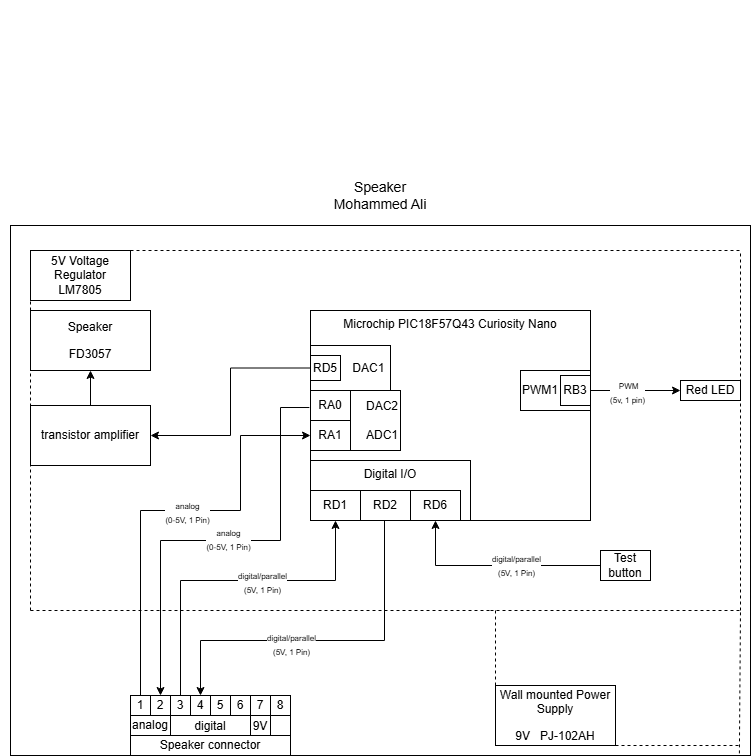
Before: docs/01-Block-Diagram/S_block_diagram.drawio.png, a diagram exported from draw.io (malqarn2/malqarn2.github.io). Source tidied: cells renumbered, new cells last; positions are measured from the earlier drawing's top-left corner, leaving out a move shared by most shapes. The source it was exported from:
```xml
<mxGraphModel>
  <root>
    <mxCell id="0" />
    <mxCell id="1" parent="0" />
    <mxCell id="2" value="&lt;div style=&quot;font-size: 16px&quot;&gt;&lt;br&gt;&lt;/div&gt;" style="text;html=1;strokeColor=none;fillColor=none;align=center;verticalAlign=middle;whiteSpace=wrap;rounded=0;fontSize=16;" parent="1" vertex="1">
      <mxGeometry width="660" height="60" as="geometry" />
    </mxCell>
    <mxCell id="3" style="rounded=0;whiteSpace=wrap;html=1;fillColor=none;verticalAlign=top;" parent="1" vertex="1">
      <mxGeometry x="10" y="225" width="740" height="530" as="geometry" />
    </mxCell>
    <mxCell id="4" value="Microchip PIC18F57Q43 Curiosity Nano" style="rounded=0;whiteSpace=wrap;html=1;verticalAlign=top;fillColor=none;" parent="1" vertex="1">
      <mxGeometry x="310" y="310" width="280" height="210" as="geometry" />
    </mxCell>
    <mxCell id="5" value="Digital I/O" style="rounded=0;whiteSpace=wrap;html=1;fillColor=none;verticalAlign=top;" parent="1" vertex="1">
      <mxGeometry x="310" y="460" width="160" height="60" as="geometry" />
    </mxCell>
    <mxCell id="6" value="RD1" style="rounded=0;whiteSpace=wrap;html=1;" parent="1" vertex="1">
      <mxGeometry x="310" y="490" width="50" height="30" as="geometry" />
    </mxCell>
    <mxCell id="7" value="digital" style="rounded=0;whiteSpace=wrap;html=1;verticalAlign=bottom;" parent="1" vertex="1">
      <mxGeometry x="170" y="715" width="80" height="20" as="geometry" />
    </mxCell>
    <mxCell id="8" value="9V" style="rounded=0;whiteSpace=wrap;html=1;verticalAlign=bottom;" parent="1" vertex="1">
      <mxGeometry x="250" y="715" width="20" height="20" as="geometry" />
    </mxCell>
    <mxCell id="9" value="1" style="rounded=0;whiteSpace=wrap;html=1;" parent="1" vertex="1">
      <mxGeometry x="130" y="695" width="20" height="20" as="geometry" />
    </mxCell>
    <mxCell id="10" style="edgeStyle=orthogonalEdgeStyle;rounded=0;jettySize=auto;html=1;entryX=0;entryY=0.5;entryDx=0;entryDy=0;exitX=0.5;exitY=0;exitDx=0;exitDy=0;" parent="1" edge="1" source="9" target="38">
      <mxGeometry relative="1" as="geometry">
        <Array as="points">
          <mxPoint x="140" y="510" />
          <mxPoint x="240" y="510" />
          <mxPoint x="240" y="435" />
        </Array>
      </mxGeometry>
    </mxCell>
    <mxCell id="11" value="&lt;div&gt;&lt;br&gt;&lt;/div&gt;" style="edgeLabel;html=1;align=center;verticalAlign=middle;" parent="10" vertex="1">
      <mxGeometry x="0.42" y="-1" relative="1" as="geometry" />
    </mxCell>
    <mxCell id="12" value="Text" style="edgeLabel;html=1;align=center;verticalAlign=middle;" parent="10" vertex="1">
      <mxGeometry x="0.08" y="1" relative="1" as="geometry" />
    </mxCell>
    <mxCell id="13" value="&lt;div&gt;&lt;font style=&quot;font-size: 8px;&quot;&gt;analog&lt;/font&gt;&lt;/div&gt;&lt;div&gt;&lt;font style=&quot;font-size: 8px;&quot;&gt;(0-5V,&amp;nbsp;1 Pin)&lt;/font&gt;&lt;/div&gt;" style="edgeLabel;html=1;align=center;verticalAlign=middle;" parent="10" vertex="1">
      <mxGeometry x="0.07" y="-1" relative="1" as="geometry" />
    </mxCell>
    <mxCell id="14" value="2" style="rounded=0;whiteSpace=wrap;html=1;" parent="1" vertex="1">
      <mxGeometry x="150" y="695" width="20" height="20" as="geometry" />
    </mxCell>
    <mxCell id="15" style="edgeStyle=orthogonalEdgeStyle;rounded=0;jettySize=auto;html=1;entryX=0.5;entryY=1;entryDx=0;entryDy=0;" parent="1" edge="1" source="17" target="6">
      <mxGeometry relative="1" as="geometry">
        <Array as="points">
          <mxPoint x="180" y="580" />
          <mxPoint x="335" y="580" />
        </Array>
      </mxGeometry>
    </mxCell>
    <mxCell id="16" value="&lt;div&gt;&lt;div&gt;&lt;font style=&quot;font-size: 8px;&quot;&gt;digital/parallel&lt;/font&gt;&lt;/div&gt;&lt;div&gt;&lt;font style=&quot;font-size: 8px;&quot;&gt;(5V,&amp;nbsp;1 Pin)&lt;/font&gt;&lt;/div&gt;&lt;/div&gt;" style="edgeLabel;html=1;align=center;verticalAlign=middle;" parent="15" vertex="1">
      <mxGeometry x="0.19" y="-1" relative="1" as="geometry" />
    </mxCell>
    <mxCell id="17" value="3" style="rounded=0;whiteSpace=wrap;html=1;" parent="1" vertex="1">
      <mxGeometry x="170" y="695" width="20" height="20" as="geometry" />
    </mxCell>
    <mxCell id="18" value="4" style="rounded=0;whiteSpace=wrap;html=1;" parent="1" vertex="1">
      <mxGeometry x="190" y="695" width="20" height="20" as="geometry" />
    </mxCell>
    <mxCell id="19" value="5" style="rounded=0;whiteSpace=wrap;html=1;" parent="1" vertex="1">
      <mxGeometry x="210" y="695" width="20" height="20" as="geometry" />
    </mxCell>
    <mxCell id="20" value="6" style="rounded=0;whiteSpace=wrap;html=1;" parent="1" vertex="1">
      <mxGeometry x="230" y="695" width="20" height="20" as="geometry" />
    </mxCell>
    <mxCell id="21" value="7" style="rounded=0;whiteSpace=wrap;html=1;" parent="1" vertex="1">
      <mxGeometry x="250" y="695" width="20" height="20" as="geometry" />
    </mxCell>
    <mxCell id="22" value="8" style="rounded=0;whiteSpace=wrap;html=1;" parent="1" vertex="1">
      <mxGeometry x="270" y="695" width="20" height="20" as="geometry" />
    </mxCell>
    <mxCell id="23" style="whiteSpace=wrap;html=1;" parent="1" vertex="1">
      <mxGeometry x="270" y="715" width="20" height="20" as="geometry" />
    </mxCell>
    <mxCell id="24" value="Speaker connector" style="rounded=0;whiteSpace=wrap;html=1;" parent="1" vertex="1">
      <mxGeometry x="130" y="735" width="160" height="20" as="geometry" />
    </mxCell>
    <mxCell id="25" value="&lt;p&gt;5V Voltage Regulator LM7805&lt;/p&gt;" style="whiteSpace=wrap;html=1;rounded=0;" parent="1" vertex="1">
      <mxGeometry x="30" y="250" width="100" height="50" as="geometry" />
    </mxCell>
    <mxCell id="26" style="endArrow=none;dashed=1;html=1;rounded=0;" parent="1" edge="1">
      <mxGeometry relative="1" as="geometry">
        <mxPoint x="490" y="610" as="sourcePoint" />
        <mxPoint x="740" y="610" as="targetPoint" />
      </mxGeometry>
    </mxCell>
    <mxCell id="27" style="endArrow=none;dashed=1;html=1;rounded=0;" parent="1" edge="1">
      <mxGeometry relative="1" as="geometry">
        <mxPoint x="130" y="250" as="sourcePoint" />
        <mxPoint x="740" y="250" as="targetPoint" />
      </mxGeometry>
    </mxCell>
    <mxCell id="28" style="endArrow=none;dashed=1;html=1;rounded=0;" parent="1" edge="1">
      <mxGeometry relative="1" as="geometry">
        <mxPoint x="740" y="610" as="sourcePoint" />
        <mxPoint x="740" y="250" as="targetPoint" />
      </mxGeometry>
    </mxCell>
    <mxCell id="29" style="endArrow=none;dashed=1;html=1;rounded=0;" parent="1" edge="1">
      <mxGeometry relative="1" as="geometry">
        <mxPoint x="30" y="610" as="sourcePoint" />
        <mxPoint x="490" y="610" as="targetPoint" />
      </mxGeometry>
    </mxCell>
    <mxCell id="30" style="endArrow=none;dashed=1;html=1;rounded=0;entryX=0;entryY=1;entryDx=0;entryDy=0;" parent="1" edge="1" target="25">
      <mxGeometry relative="1" as="geometry">
        <mxPoint x="30" y="610" as="sourcePoint" />
      </mxGeometry>
    </mxCell>
    <mxCell id="31" value="&lt;p&gt;Wall mounted Power Supply&lt;/p&gt;&lt;p&gt;&lt;span style=&quot;background-color: transparent; color: light-dark(rgb(0, 0, 0), rgb(255, 255, 255));&quot;&gt;9V&amp;nbsp; &amp;nbsp;&lt;/span&gt;&lt;span style=&quot;background-color: transparent; color: light-dark(rgb(0, 0, 0), rgb(255, 255, 255));&quot;&gt;PJ-102AH&lt;/span&gt;&lt;/p&gt;" style="rounded=0;whiteSpace=wrap;html=1;" parent="1" vertex="1">
      <mxGeometry x="495" y="685" width="120" height="60" as="geometry" />
    </mxCell>
    <mxCell id="32" value="&amp;nbsp; &amp;nbsp; &amp;nbsp; &amp;nbsp; &amp;nbsp; &amp;nbsp;DAC1" style="rounded=0;whiteSpace=wrap;html=1;" parent="1" vertex="1">
      <mxGeometry x="310" y="345" width="80" height="45" as="geometry" />
    </mxCell>
    <mxCell id="33" style="edgeStyle=orthogonalEdgeStyle;rounded=0;jettySize=auto;html=1;entryX=1;entryY=0.5;entryDx=0;entryDy=0;" parent="1" edge="1" source="34" target="36">
      <mxGeometry relative="1" as="geometry" />
    </mxCell>
    <mxCell id="34" value="RD5" style="rounded=0;whiteSpace=wrap;html=1;" parent="1" vertex="1">
      <mxGeometry x="310" y="355" width="30" height="25" as="geometry" />
    </mxCell>
    <mxCell id="35" style="edgeStyle=orthogonalEdgeStyle;rounded=0;jettySize=auto;html=1;" parent="1" edge="1" source="36" target="42">
      <mxGeometry relative="1" as="geometry" />
    </mxCell>
    <mxCell id="36" value="&lt;div&gt;transistor amplifier&lt;/div&gt;" style="rounded=0;whiteSpace=wrap;html=1;" parent="1" vertex="1">
      <mxGeometry x="30" y="405" width="120" height="60" as="geometry" />
    </mxCell>
    <mxCell id="37" value="DAC2&lt;div&gt;&lt;br&gt;&lt;/div&gt;&lt;div&gt;ADC1&lt;/div&gt;" style="rounded=0;whiteSpace=wrap;html=1;align=right;" parent="1" vertex="1">
      <mxGeometry x="310" y="390" width="90" height="60" as="geometry" />
    </mxCell>
    <mxCell id="38" value="RA1" style="rounded=0;whiteSpace=wrap;html=1;" parent="1" vertex="1">
      <mxGeometry x="310" y="420" width="40" height="30" as="geometry" />
    </mxCell>
    <mxCell id="39" style="edgeStyle=orthogonalEdgeStyle;rounded=0;jettySize=auto;html=1;exitX=-0.004;exitY=0.462;exitDx=0;exitDy=0;exitPerimeter=0;entryX=0.5;entryY=0;entryDx=0;entryDy=0;" parent="1" edge="1" source="4" target="14">
      <mxGeometry relative="1" as="geometry">
        <Array as="points">
          <mxPoint x="280" y="407" />
          <mxPoint x="280" y="540" />
          <mxPoint x="160" y="540" />
        </Array>
      </mxGeometry>
    </mxCell>
    <mxCell id="40" value="&lt;div&gt;&lt;div&gt;&lt;font style=&quot;font-size: 8px;&quot;&gt;analog&lt;/font&gt;&lt;/div&gt;&lt;div&gt;&lt;font style=&quot;font-size: 8px;&quot;&gt;(0-5V,&amp;nbsp;1 Pin)&lt;/font&gt;&lt;/div&gt;&lt;/div&gt;" style="edgeLabel;html=1;align=center;verticalAlign=middle;" parent="39" vertex="1">
      <mxGeometry x="-0.02" y="-2" relative="1" as="geometry" />
    </mxCell>
    <mxCell id="41" value="RA0" style="rounded=0;whiteSpace=wrap;html=1;" parent="1" vertex="1">
      <mxGeometry x="310" y="390" width="40" height="30" as="geometry" />
    </mxCell>
    <mxCell id="42" value="&lt;div&gt;&lt;br&gt;&lt;/div&gt;&lt;div&gt;&lt;p&gt;Speaker&lt;br&gt;&lt;/p&gt;&lt;p&gt;FD3057&lt;/p&gt;&lt;div&gt;&lt;br&gt;&lt;/div&gt;&lt;/div&gt;" style="rounded=0;whiteSpace=wrap;html=1;" parent="1" vertex="1">
      <mxGeometry x="30" y="310" width="120" height="60" as="geometry" />
    </mxCell>
    <mxCell id="43" value="analog" style="rounded=0;whiteSpace=wrap;html=1;" parent="1" vertex="1">
      <mxGeometry x="130" y="715" width="40" height="20" as="geometry" />
    </mxCell>
    <mxCell id="44" value="RD6" style="rounded=0;whiteSpace=wrap;html=1;" parent="1" vertex="1">
      <mxGeometry x="410" y="490" width="50" height="30" as="geometry" />
    </mxCell>
    <mxCell id="45" style="edgeStyle=orthogonalEdgeStyle;rounded=0;jettySize=auto;html=1;exitX=0;exitY=0.5;exitDx=0;exitDy=0;entryX=0.5;entryY=1;entryDx=0;entryDy=0;" parent="1" edge="1" source="47" target="44">
      <mxGeometry relative="1" as="geometry" />
    </mxCell>
    <mxCell id="46" value="&lt;div&gt;&lt;font style=&quot;font-size: 8px;&quot;&gt;digital/parallel&lt;/font&gt;&lt;/div&gt;&lt;div&gt;&lt;font style=&quot;font-size: 8px;&quot;&gt;(5V,&amp;nbsp;1 Pin)&lt;/font&gt;&lt;/div&gt;" style="edgeLabel;html=1;align=center;verticalAlign=middle;" parent="45" vertex="1">
      <mxGeometry x="-0.19" y="-1" relative="1" as="geometry" />
    </mxCell>
    <mxCell id="47" value="Test button" style="rounded=0;whiteSpace=wrap;html=1;" parent="1" vertex="1">
      <mxGeometry x="600" y="550" width="50" height="30" as="geometry" />
    </mxCell>
    <mxCell id="48" style="edgeStyle=orthogonalEdgeStyle;rounded=0;jettySize=auto;html=1;" parent="1" edge="1" source="50" target="51">
      <mxGeometry relative="1" as="geometry" />
    </mxCell>
    <mxCell id="49" value="&lt;div&gt;&lt;font style=&quot;font-size: 8px;&quot;&gt;&lt;span style=&quot;white-space-collapse: preserve;&quot;&gt; PWM&lt;/span&gt;&lt;/font&gt;&lt;/div&gt;&lt;div&gt;&lt;font style=&quot;font-size: 8px;&quot;&gt;&lt;span style=&quot;white-space-collapse: preserve;&quot;&gt;(5v, 1 pin)&lt;/span&gt;&lt;/font&gt;&lt;/div&gt;" style="edgeLabel;html=1;align=center;verticalAlign=middle;" parent="48" vertex="1">
      <mxGeometry x="-0.19" y="-1" relative="1" as="geometry" />
    </mxCell>
    <mxCell id="50" value="PWM1" style="rounded=0;whiteSpace=wrap;html=1;align=left;fillColor=none;" parent="1" vertex="1">
      <mxGeometry x="520" y="370" width="70" height="40" as="geometry" />
    </mxCell>
    <mxCell id="51" value="Red LED" style="rounded=0;whiteSpace=wrap;html=1;" parent="1" vertex="1">
      <mxGeometry x="680" y="380" width="60" height="20" as="geometry" />
    </mxCell>
    <mxCell id="52" value="RB3" style="rounded=0;whiteSpace=wrap;html=1;" parent="1" vertex="1">
      <mxGeometry x="560" y="375" width="30" height="30" as="geometry" />
    </mxCell>
    <mxCell id="53" value="&lt;font style=&quot;font-size: 14px;&quot;&gt;Speaker&lt;br&gt;Mohammed Ali&lt;/font&gt;" style="text;html=1;whiteSpace=wrap;strokeColor=none;fillColor=none;align=center;verticalAlign=middle;rounded=0;" parent="1" vertex="1">
      <mxGeometry x="330" y="180" width="100" height="30" as="geometry" />
    </mxCell>
    <mxCell id="54" value="RD2" style="rounded=0;whiteSpace=wrap;html=1;" parent="1" vertex="1">
      <mxGeometry x="360" y="490" width="50" height="30" as="geometry" />
    </mxCell>
    <mxCell id="55" style="endArrow=none;dashed=1;html=1;rounded=0;exitX=0;exitY=0;exitDx=0;exitDy=0;" parent="1" edge="1" source="31">
      <mxGeometry relative="1" as="geometry">
        <mxPoint x="495" y="610" as="targetPoint" />
      </mxGeometry>
    </mxCell>
    <mxCell id="56" style="endArrow=none;dashed=1;html=1;rounded=0;exitX=0.985;exitY=0.996;exitDx=0;exitDy=0;exitPerimeter=0;" parent="1" edge="1" source="3">
      <mxGeometry relative="1" as="geometry">
        <mxPoint x="740" y="610" as="targetPoint" />
      </mxGeometry>
    </mxCell>
    <mxCell id="57" style="endArrow=none;dashed=1;html=1;rounded=0;exitX=1;exitY=1;exitDx=0;exitDy=0;" parent="1" edge="1" source="31">
      <mxGeometry relative="1" as="geometry">
        <mxPoint x="740" y="745" as="targetPoint" />
      </mxGeometry>
    </mxCell>
    <mxCell id="58" style="edgeStyle=orthogonalEdgeStyle;rounded=0;jettySize=auto;html=1;exitX=0.5;exitY=1;exitDx=0;exitDy=0;" parent="1" edge="1" source="54" target="18">
      <mxGeometry relative="1" as="geometry">
        <Array as="points">
          <mxPoint x="384" y="520" />
          <mxPoint x="384" y="640" />
          <mxPoint x="200" y="640" />
        </Array>
      </mxGeometry>
    </mxCell>
    <mxCell id="59" value="&lt;div&gt;&lt;font style=&quot;font-size: 8px;&quot;&gt;digital/parallel&lt;/font&gt;&lt;/div&gt;&lt;div&gt;&lt;font style=&quot;font-size: 8px;&quot;&gt;(5V,&amp;nbsp;1 Pin)&lt;/font&gt;&lt;/div&gt;" style="edgeLabel;html=1;align=center;verticalAlign=middle;" parent="58" vertex="1">
      <mxGeometry x="-0.24" y="3" relative="1" as="geometry">
        <mxPoint x="-78" as="offset" />
      </mxGeometry>
    </mxCell>
  </root>
</mxGraphModel>
```
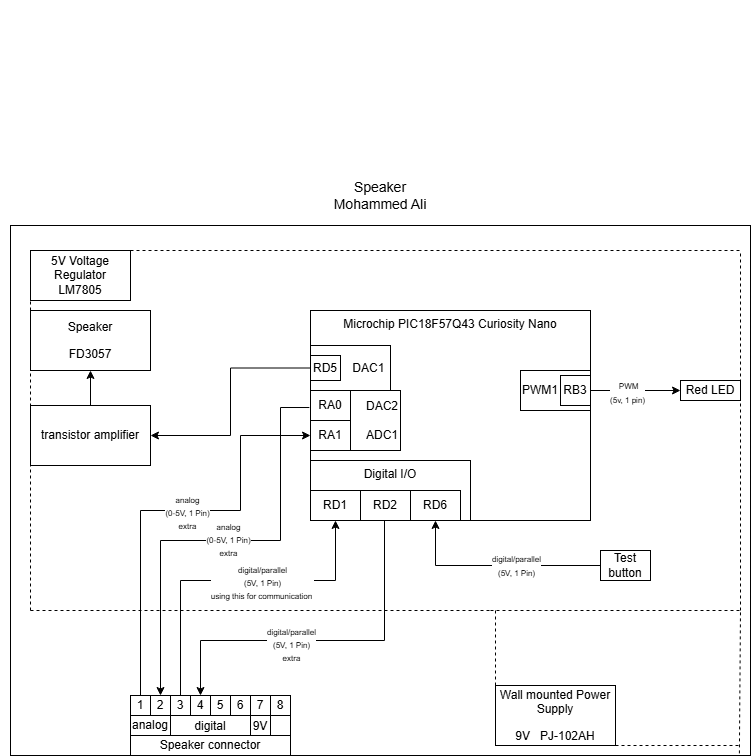
The same file after the commit.

What changed in the source:
```diff
@@ -41,7 +41,7 @@
     <mxCell id="12" value="Text" style="edgeLabel;html=1;align=center;verticalAlign=middle;" parent="10" vertex="1">
       <mxGeometry x="0.08" y="1" relative="1" as="geometry" />
     </mxCell>
-    <mxCell id="13" value="&lt;div&gt;&lt;font style=&quot;font-size: 8px;&quot;&gt;analog&lt;/font&gt;&lt;/div&gt;&lt;div&gt;&lt;font style=&quot;font-size: 8px;&quot;&gt;(0-5V,&amp;nbsp;1 Pin)&lt;/font&gt;&lt;/div&gt;" style="edgeLabel;html=1;align=center;verticalAlign=middle;" parent="10" vertex="1">
+    <mxCell id="13" value="&lt;div&gt;&lt;font style=&quot;font-size: 8px;&quot;&gt;analog&lt;/font&gt;&lt;/div&gt;&lt;div&gt;&lt;font style=&quot;font-size: 8px;&quot;&gt;(0-5V,&amp;nbsp;1 Pin)&lt;/font&gt;&lt;/div&gt;&lt;div&gt;&lt;font style=&quot;font-size: 8px;&quot;&gt;extra&lt;/font&gt;&lt;/div&gt;" style="edgeLabel;html=1;align=center;verticalAlign=middle;" parent="10" vertex="1">
       <mxGeometry x="0.07" y="-1" relative="1" as="geometry" />
     </mxCell>
     <mxCell id="14" value="2" style="rounded=0;whiteSpace=wrap;html=1;" parent="1" vertex="1">
@@ -55,7 +55,7 @@
         </Array>
       </mxGeometry>
     </mxCell>
-    <mxCell id="16" value="&lt;div&gt;&lt;div&gt;&lt;font style=&quot;font-size: 8px;&quot;&gt;digital/parallel&lt;/font&gt;&lt;/div&gt;&lt;div&gt;&lt;font style=&quot;font-size: 8px;&quot;&gt;(5V,&amp;nbsp;1 Pin)&lt;/font&gt;&lt;/div&gt;&lt;/div&gt;" style="edgeLabel;html=1;align=center;verticalAlign=middle;" parent="15" vertex="1">
+    <mxCell id="16" value="&lt;div&gt;&lt;div&gt;&lt;font style=&quot;font-size: 8px;&quot;&gt;digital/parallel&lt;/font&gt;&lt;/div&gt;&lt;div&gt;&lt;font style=&quot;font-size: 8px;&quot;&gt;(5V,&amp;nbsp;1 Pin)&lt;br&gt;using this for communication&amp;nbsp;&lt;/font&gt;&lt;/div&gt;&lt;/div&gt;" style="edgeLabel;html=1;align=center;verticalAlign=middle;" parent="15" vertex="1">
       <mxGeometry x="0.19" y="-1" relative="1" as="geometry" />
     </mxCell>
     <mxCell id="17" value="3" style="rounded=0;whiteSpace=wrap;html=1;" parent="1" vertex="1">
@@ -147,7 +147,7 @@
         </Array>
       </mxGeometry>
     </mxCell>
-    <mxCell id="40" value="&lt;div&gt;&lt;div&gt;&lt;font style=&quot;font-size: 8px;&quot;&gt;analog&lt;/font&gt;&lt;/div&gt;&lt;div&gt;&lt;font style=&quot;font-size: 8px;&quot;&gt;(0-5V,&amp;nbsp;1 Pin)&lt;/font&gt;&lt;/div&gt;&lt;/div&gt;" style="edgeLabel;html=1;align=center;verticalAlign=middle;" parent="39" vertex="1">
+    <mxCell id="40" value="&lt;div&gt;&lt;div&gt;&lt;font style=&quot;font-size: 8px;&quot;&gt;analog&lt;/font&gt;&lt;/div&gt;&lt;div&gt;&lt;font style=&quot;font-size: 8px;&quot;&gt;(0-5V,&amp;nbsp;1 Pin)&lt;br&gt;extra&lt;/font&gt;&lt;/div&gt;&lt;/div&gt;" style="edgeLabel;html=1;align=center;verticalAlign=middle;" parent="39" vertex="1">
       <mxGeometry x="-0.02" y="-2" relative="1" as="geometry" />
     </mxCell>
     <mxCell id="41" value="RA0" style="rounded=0;whiteSpace=wrap;html=1;" parent="1" vertex="1">
@@ -216,7 +216,7 @@
         </Array>
       </mxGeometry>
     </mxCell>
-    <mxCell id="59" value="&lt;div&gt;&lt;font style=&quot;font-size: 8px;&quot;&gt;digital/parallel&lt;/font&gt;&lt;/div&gt;&lt;div&gt;&lt;font style=&quot;font-size: 8px;&quot;&gt;(5V,&amp;nbsp;1 Pin)&lt;/font&gt;&lt;/div&gt;" style="edgeLabel;html=1;align=center;verticalAlign=middle;" parent="58" vertex="1">
+    <mxCell id="59" value="&lt;div&gt;&lt;font style=&quot;font-size: 8px;&quot;&gt;digital/parallel&lt;/font&gt;&lt;/div&gt;&lt;div&gt;&lt;font style=&quot;font-size: 8px;&quot;&gt;(5V,&amp;nbsp;1 Pin)&lt;/font&gt;&lt;/div&gt;&lt;div&gt;&lt;font style=&quot;font-size: 8px;&quot;&gt;extra&lt;/font&gt;&lt;/div&gt;" style="edgeLabel;html=1;align=center;verticalAlign=middle;" parent="58" vertex="1">
       <mxGeometry x="-0.24" y="3" relative="1" as="geometry">
         <mxPoint x="-78" as="offset" />
       </mxGeometry>
```
